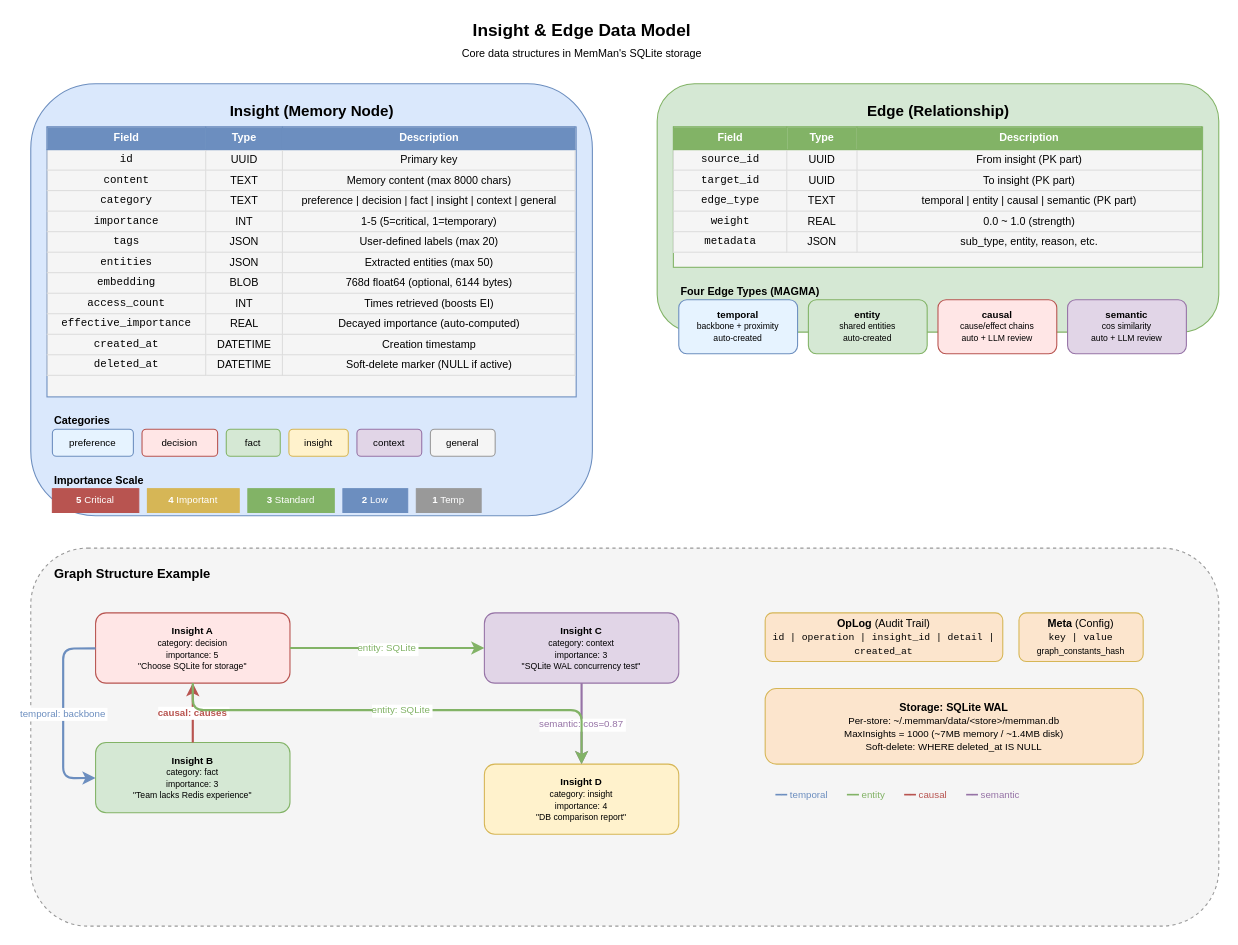
Before: docs/diagrams/09-insight-edge-datamodel.drawio in bissli/memman, a draw.io diagram. Source tidied: cells renumbered, new cells numbered last; positions are measured from the earlier drawing's top-left corner, leaving out a move shared by most shapes. Both pictures are drawn from the tidied source at 108%, with x=0, y=0 at pixel (30, 18).
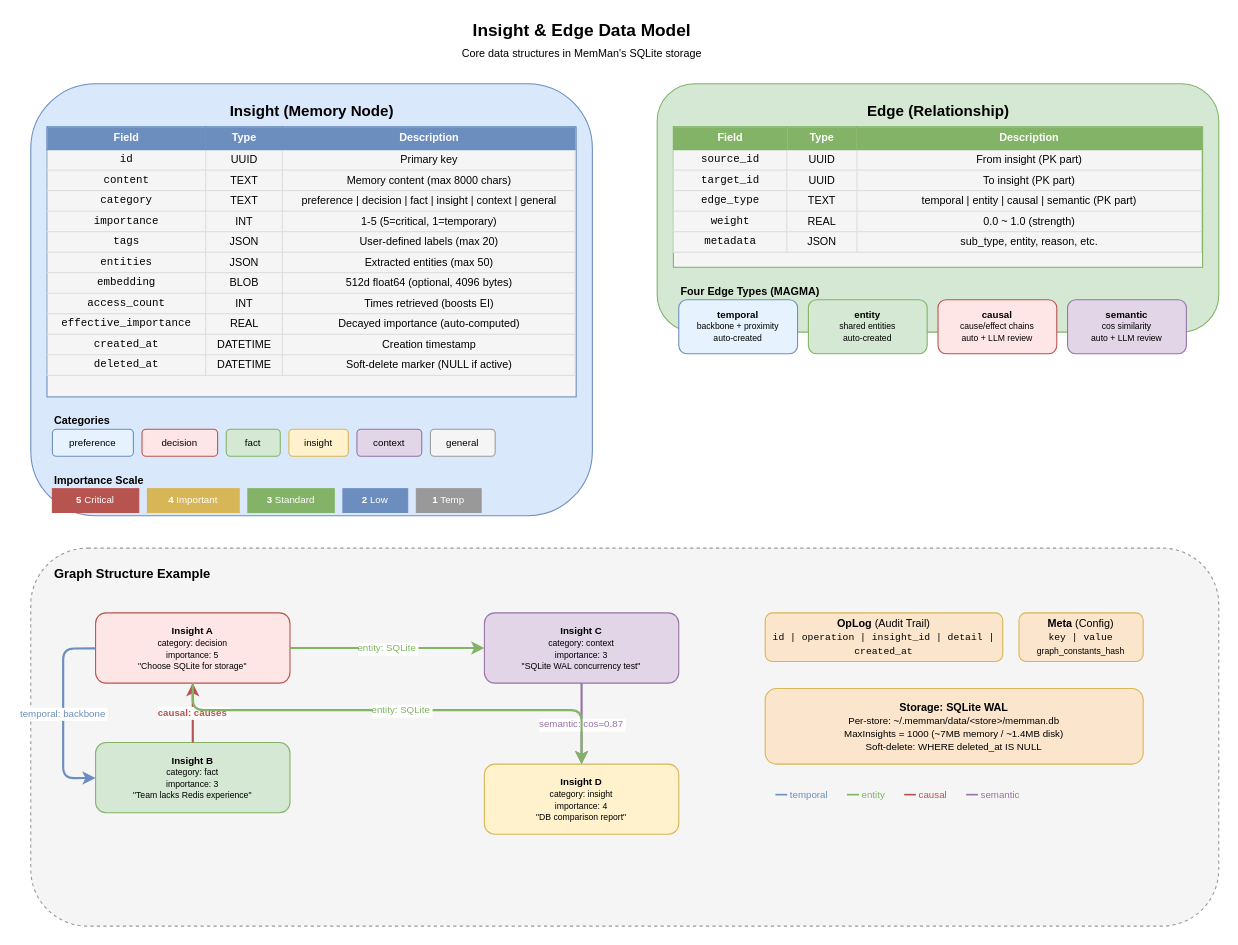
The same page after the edit.

Change to the diagram source:
```diff
@@
-    <mxCell id="5" value="&lt;table style=&quot;font-size:10px; border-collapse:collapse; width:100%&quot;&gt;&lt;tr style=&quot;background:#6c8ebf; color:white; font-weight:bold;&quot;&gt;&lt;td style=&quot;padding:4px 8px; border:1px solid #6c8ebf;&quot;&gt;Field&lt;/td&gt;&lt;td style=&quot;padding:4px 8px; border:1px solid #6c8ebf;&quot;&gt;Type&lt;/td&gt;&lt;td style=&quot;padding:4px 8px; border:1px solid #6c8ebf;&quot;&gt;Description&lt;/td&gt;&lt;/tr&gt;&lt;tr&gt;&lt;td style=&quot;padding:3px 8px; border:1px solid #ddd; font-family:monospace;&quot;&gt;id&lt;/td&gt;&lt;td style=&quot;padding:3px 8px; border:1px solid #ddd;&quot;&gt;UUID&lt;/td&gt;&lt;td style=&quot;padding:3px 8px; border:1px solid #ddd;&quot;&gt;Primary key&lt;/td&gt;&lt;/tr&gt;&lt;tr&gt;&lt;td style=&quot;padding:3px 8px; border:1px solid #ddd; font-family:monospace;&quot;&gt;content&lt;/td&gt;&lt;td style=&quot;padding:3px 8px; border:1px solid #ddd;&quot;&gt;TEXT&lt;/td&gt;&lt;td style=&quot;padding:3px 8px; border:1px solid #ddd;&quot;&gt;Memory content (max 8000 chars)&lt;/td&gt;&lt;/tr&gt;&lt;tr&gt;&lt;td style=&quot;padding:3px 8px; border:1px solid #ddd; font-family:monospace;&quot;&gt;category&lt;/td&gt;&lt;td style=&quot;padding:3px 8px; border:1px solid #ddd;&quot;&gt;TEXT&lt;/td&gt;&lt;td style=&quot;padding:3px 8px; border:1px solid #ddd;&quot;&gt;preference | decision | fact | insight | context | general&lt;/td&gt;&lt;/tr&gt;&lt;tr&gt;&lt;td style=&quot;padding:3px 8px; border:1px solid #ddd; font-family:monospace;&quot;&gt;importance&lt;/td&gt;&lt;td style=&quot;padding:3px 8px; border:1px solid #ddd;&quot;&gt;INT&lt;/td&gt;&lt;td style=&quot;padding:3px 8px; border:1px solid #ddd;&quot;&gt;1-5 (5=critical, 1=temporary)&lt;/td&gt;&lt;/tr&gt;&lt;tr&gt;&lt;td style=&quot;padding:3px 8px; border:1px solid #ddd; font-family:monospace;&quot;&gt;tags&lt;/td&gt;&lt;td style=&quot;padding:3px 8px; border:1px solid #ddd;&quot;&gt;JSON&lt;/td&gt;&lt;td style=&quot;padding:3px 8px; border:1px solid #ddd;&quot;&gt;User-defined labels (max 20)&lt;/td&gt;&lt;/tr&gt;&lt;tr&gt;&lt;td style=&quot;padding:3px 8px; border:1px solid #ddd; font-family:monospace;&quot;&gt;entities&lt;/td&gt;&lt;td style=&quot;padding:3px 8px; border:1px solid #ddd;&quot;&gt;JSON&lt;/td&gt;&lt;td style=&quot;padding:3px 8px; border:1px solid #ddd;&quot;&gt;Extracted entities (max 50)&lt;/td&gt;&lt;/tr&gt;&lt;tr&gt;&lt;td style=&quot;padding:3px 8px; border:1px solid #ddd; font-family:monospace;&quot;&gt;embedding&lt;/td&gt;&lt;td style=&quot;padding:3px 8px; border:1px solid #ddd;&quot;&gt;BLOB&lt;/td&gt;&lt;td style=&quot;padding:3px 8px; border:1px solid #ddd;&quot;&gt;768d float64 (optional, 6144 bytes)&lt;/td&gt;&lt;/tr&gt;&lt;tr&gt;&lt;td style=&quot;padding:3px 8px; border:1px solid #ddd; font-family:monospace;&quot;&gt;access_count&lt;/td&gt;&lt;td style=&quot;padding:3px 8px; border:1px solid #ddd;&quot;&gt;INT&lt;/td&gt;&lt;td style=&quot;padding:3px 8px; border:1px solid #ddd;&quot;&gt;Times retrieved (boosts EI)&lt;/td&gt;&lt;/tr&gt;&lt;tr&gt;&lt;td style=&quot;padding:3px 8px; border:1px solid #ddd; font-family:monospace;&quot;&gt;effective_importance&lt;/td&gt;&lt;td style=&quot;padding:3px 8px; border:1px solid #ddd;&quot;&gt;REAL&lt;/td&gt;&lt;td style=&quot;padding:3px 8px; border:1px solid #ddd;&quot;&gt;Decayed importance (auto-computed)&lt;/td&gt;&lt;/tr&gt;&lt;tr&gt;&lt;td style=&quot;padding:3px 8px; border:1px solid #ddd; font-family:monospace;&quot;&gt;created_at&lt;/td&gt;&lt;td style=&quot;padding:3px 8px; border:1px solid #ddd;&quot;&gt;DATETIME&lt;/td&gt;&lt;td style=&quot;padding:3px 8px; border:1px solid #ddd;&quot;&gt;Creation timestamp&lt;/td&gt;&lt;/tr&gt;&lt;tr&gt;&lt;td style=&quot;padding:3px 8px; border:1px solid #ddd; font-family:monospace;&quot;&gt;deleted_at&lt;/td&gt;&lt;td style=&quot;padding:3px 8px; border:1px solid #ddd;&quot;&gt;DATETIME&lt;/td&gt;&lt;td style=&quot;padding:3px 8px; border:1px solid #ddd;&quot;&gt;Soft-delete marker (NULL if active)&lt;/td&gt;&lt;/tr&gt;&lt;/table&gt;" style="rounded=0;whiteSpace=wrap;html=1;overflow=fill;fillColor=#f5f5f5;strokeColor=#6c8ebf;" parent="1" vertex="1">
+    <mxCell id="5" value="&lt;table style=&quot;font-size:10px; border-collapse:collapse; width:100%&quot;&gt;&lt;tr style=&quot;background:#6c8ebf; color:white; font-weight:bold;&quot;&gt;&lt;td style=&quot;padding:4px 8px; border:1px solid #6c8ebf;&quot;&gt;Field&lt;/td&gt;&lt;td style=&quot;padding:4px 8px; border:1px solid #6c8ebf;&quot;&gt;Type&lt;/td&gt;&lt;td style=&quot;padding:4px 8px; border:1px solid #6c8ebf;&quot;&gt;Description&lt;/td&gt;&lt;/tr&gt;&lt;tr&gt;&lt;td style=&quot;padding:3px 8px; border:1px solid #ddd; font-family:monospace;&quot;&gt;id&lt;/td&gt;&lt;td style=&quot;padding:3px 8px; border:1px solid #ddd;&quot;&gt;UUID&lt;/td&gt;&lt;td style=&quot;padding:3px 8px; border:1px solid #ddd;&quot;&gt;Primary key&lt;/td&gt;&lt;/tr&gt;&lt;tr&gt;&lt;td style=&quot;padding:3px 8px; border:1px solid #ddd; font-family:monospace;&quot;&gt;content&lt;/td&gt;&lt;td style=&quot;padding:3px 8px; border:1px solid #ddd;&quot;&gt;TEXT&lt;/td&gt;&lt;td style=&quot;padding:3px 8px; border:1px solid #ddd;&quot;&gt;Memory content (max 8000 chars)&lt;/td&gt;&lt;/tr&gt;&lt;tr&gt;&lt;td style=&quot;padding:3px 8px; border:1px solid #ddd; font-family:monospace;&quot;&gt;category&lt;/td&gt;&lt;td style=&quot;padding:3px 8px; border:1px solid #ddd;&quot;&gt;TEXT&lt;/td&gt;&lt;td style=&quot;padding:3px 8px; border:1px solid #ddd;&quot;&gt;preference | decision | fact | insight | context | general&lt;/td&gt;&lt;/tr&gt;&lt;tr&gt;&lt;td style=&quot;padding:3px 8px; border:1px solid #ddd; font-family:monospace;&quot;&gt;importance&lt;/td&gt;&lt;td style=&quot;padding:3px 8px; border:1px solid #ddd;&quot;&gt;INT&lt;/td&gt;&lt;td style=&quot;padding:3px 8px; border:1px solid #ddd;&quot;&gt;1-5 (5=critical, 1=temporary)&lt;/td&gt;&lt;/tr&gt;&lt;tr&gt;&lt;td style=&quot;padding:3px 8px; border:1px solid #ddd; font-family:monospace;&quot;&gt;tags&lt;/td&gt;&lt;td style=&quot;padding:3px 8px; border:1px solid #ddd;&quot;&gt;JSON&lt;/td&gt;&lt;td style=&quot;padding:3px 8px; border:1px solid #ddd;&quot;&gt;User-defined labels (max 20)&lt;/td&gt;&lt;/tr&gt;&lt;tr&gt;&lt;td style=&quot;padding:3px 8px; border:1px solid #ddd; font-family:monospace;&quot;&gt;entities&lt;/td&gt;&lt;td style=&quot;padding:3px 8px; border:1px solid #ddd;&quot;&gt;JSON&lt;/td&gt;&lt;td style=&quot;padding:3px 8px; border:1px solid #ddd;&quot;&gt;Extracted entities (max 50)&lt;/td&gt;&lt;/tr&gt;&lt;tr&gt;&lt;td style=&quot;padding:3px 8px; border:1px solid #ddd; font-family:monospace;&quot;&gt;embedding&lt;/td&gt;&lt;td style=&quot;padding:3px 8px; border:1px solid #ddd;&quot;&gt;BLOB&lt;/td&gt;&lt;td style=&quot;padding:3px 8px; border:1px solid #ddd;&quot;&gt;512d float64 (optional, 4096 bytes)&lt;/td&gt;&lt;/tr&gt;&lt;tr&gt;&lt;td style=&quot;padding:3px 8px; border:1px solid #ddd; font-family:monospace;&quot;&gt;access_count&lt;/td&gt;&lt;td style=&quot;padding:3px 8px; border:1px solid #ddd;&quot;&gt;INT&lt;/td&gt;&lt;td style=&quot;padding:3px 8px; border:1px solid #ddd;&quot;&gt;Times retrieved (boosts EI)&lt;/td&gt;&lt;/tr&gt;&lt;tr&gt;&lt;td style=&quot;padding:3px 8px; border:1px solid #ddd; font-family:monospace;&quot;&gt;effective_importance&lt;/td&gt;&lt;td style=&quot;padding:3px 8px; border:1px solid #ddd;&quot;&gt;REAL&lt;/td&gt;&lt;td style=&quot;padding:3px 8px; border:1px solid #ddd;&quot;&gt;Decayed importance (auto-computed)&lt;/td&gt;&lt;/tr&gt;&lt;tr&gt;&lt;td style=&quot;padding:3px 8px; border:1px solid #ddd; font-family:monospace;&quot;&gt;created_at&lt;/td&gt;&lt;td style=&quot;padding:3px 8px; border:1px solid #ddd;&quot;&gt;DATETIME&lt;/td&gt;&lt;td style=&quot;padding:3px 8px; border:1px solid #ddd;&quot;&gt;Creation timestamp&lt;/td&gt;&lt;/tr&gt;&lt;tr&gt;&lt;td style=&quot;padding:3px 8px; border:1px solid #ddd; font-family:monospace;&quot;&gt;deleted_at&lt;/td&gt;&lt;td style=&quot;padding:3px 8px; border:1px solid #ddd;&quot;&gt;DATETIME&lt;/td&gt;&lt;td style=&quot;padding:3px 8px; border:1px solid #ddd;&quot;&gt;Soft-delete marker (NULL if active)&lt;/td&gt;&lt;/tr&gt;&lt;/table&gt;" style="rounded=0;whiteSpace=wrap;html=1;overflow=fill;fillColor=#f5f5f5;strokeColor=#6c8ebf;" parent="1" vertex="1">
       <mxGeometry x="15" y="100" width="490" height="250" as="geometry" />
     </mxCell>
```
